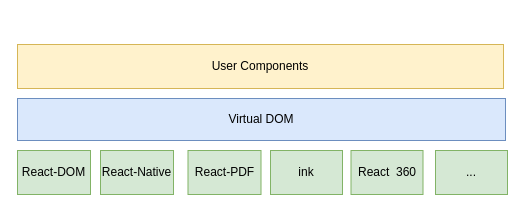
Before: page "第 3 页" (3 of 3) of source/_drawio/arch-pattern.drawio in ivan-94/bobi.ink, a draw.io diagram. Source tidied: cells renumbered, new cells numbered last; positions are measured from the earlier drawing's top-left corner, leaving out a move shared by most shapes. Both pictures are drawn from the tidied source at 100%, with x=0, y=0 at pixel (17, 44).
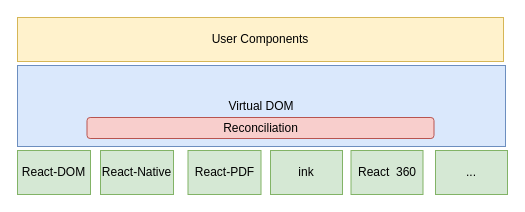
The same diagram, later.

The edit, as a diff of the source:
```diff
@@
 <mxGraphModel>
   <root>
     <mxCell id="0" />
     <mxCell id="1" parent="0" />
     <mxCell id="2" value="Virtual DOM" style="rounded=0;whiteSpace=wrap;html=1;fillColor=#dae8fc;strokeColor=#6c8ebf;" parent="1" vertex="1">
-      <mxGeometry y="54" width="488" height="42" as="geometry" />
+      <mxGeometry y="21" width="488" height="81" as="geometry" />
     </mxCell>
     <mxCell id="3" value="User Components" style="rounded=0;whiteSpace=wrap;html=1;fillColor=#fff2cc;strokeColor=#d6b656;" parent="1" vertex="1">
-      <mxGeometry width="486" height="44" as="geometry" />
+      <mxGeometry y="-27" width="486" height="44" as="geometry" />
     </mxCell>
     <mxCell id="4" value="React-DOM" style="rounded=0;whiteSpace=wrap;html=1;fillColor=#d5e8d4;strokeColor=#82b366;" parent="1" vertex="1">
       <mxGeometry y="106" width="73" height="44" as="geometry" />
     </mxCell>
     <mxCell id="5" value="React-Native" style="rounded=0;whiteSpace=wrap;html=1;fillColor=#d5e8d4;strokeColor=#82b366;" parent="1" vertex="1">
       <mxGeometry x="83" y="106" width="73" height="44" as="geometry" />
     </mxCell>
     <mxCell id="6" value="React-PDF" style="rounded=0;whiteSpace=wrap;html=1;fillColor=#d5e8d4;strokeColor=#82b366;" parent="1" vertex="1">
       <mxGeometry x="170.5" y="106" width="73" height="44" as="geometry" />
     </mxCell>
     <mxCell id="7" value="ink" style="rounded=0;whiteSpace=wrap;html=1;fillColor=#d5e8d4;strokeColor=#82b366;" parent="1" vertex="1">
       <mxGeometry x="253" y="106" width="72" height="44" as="geometry" />
     </mxCell>
     <mxCell id="8" value="React&amp;nbsp; 360" style="rounded=0;whiteSpace=wrap;html=1;fillColor=#d5e8d4;strokeColor=#82b366;" parent="1" vertex="1">
       <mxGeometry x="333.5" y="106" width="72" height="44" as="geometry" />
     </mxCell>
     <mxCell id="9" value="..." style="rounded=0;whiteSpace=wrap;html=1;fillColor=#d5e8d4;strokeColor=#82b366;" parent="1" vertex="1">
       <mxGeometry x="418" y="106" width="72" height="44" as="geometry" />
     </mxCell>
+    <mxCell id="10" value="Reconciliation" style="rounded=1;whiteSpace=wrap;html=1;fillColor=#f8cecc;strokeColor=#b85450;" parent="1" vertex="1">
+      <mxGeometry x="69.5" y="73" width="347" height="21" as="geometry" />
+    </mxCell>
   </root>
 </mxGraphModel>
```
